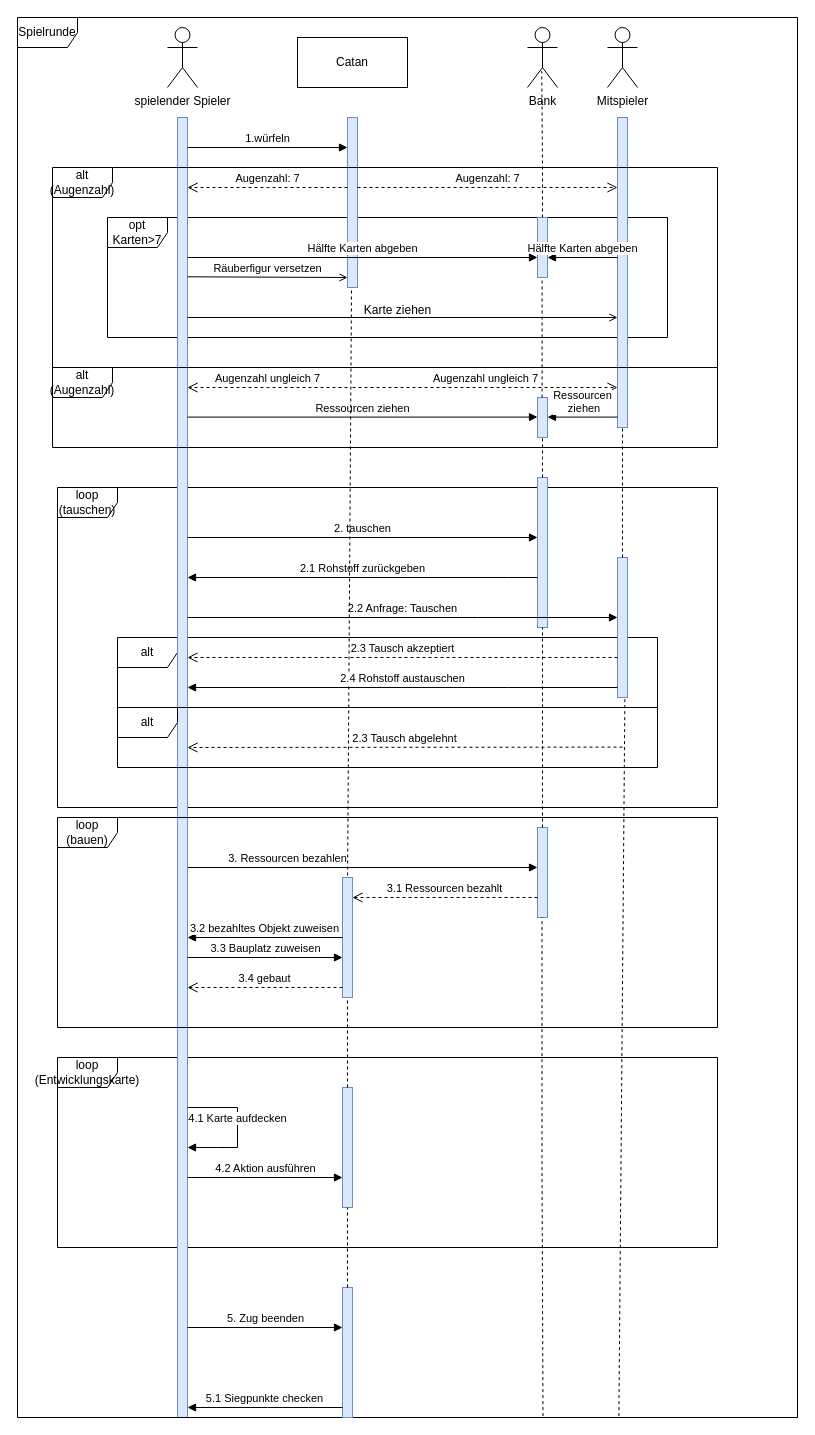
Above: content/SEQUENCE_DIAGRAM.drawio in picooo0001/die_siedler_von_catan (draw.io), before the change. Source tidied: cells renumbered, new cells numbered last; positions are measured from the earlier drawing's top-left corner, leaving out a move shared by most shapes. Both pictures are drawn from the tidied source at 100%, with x=0, y=0 at pixel (17, 17).
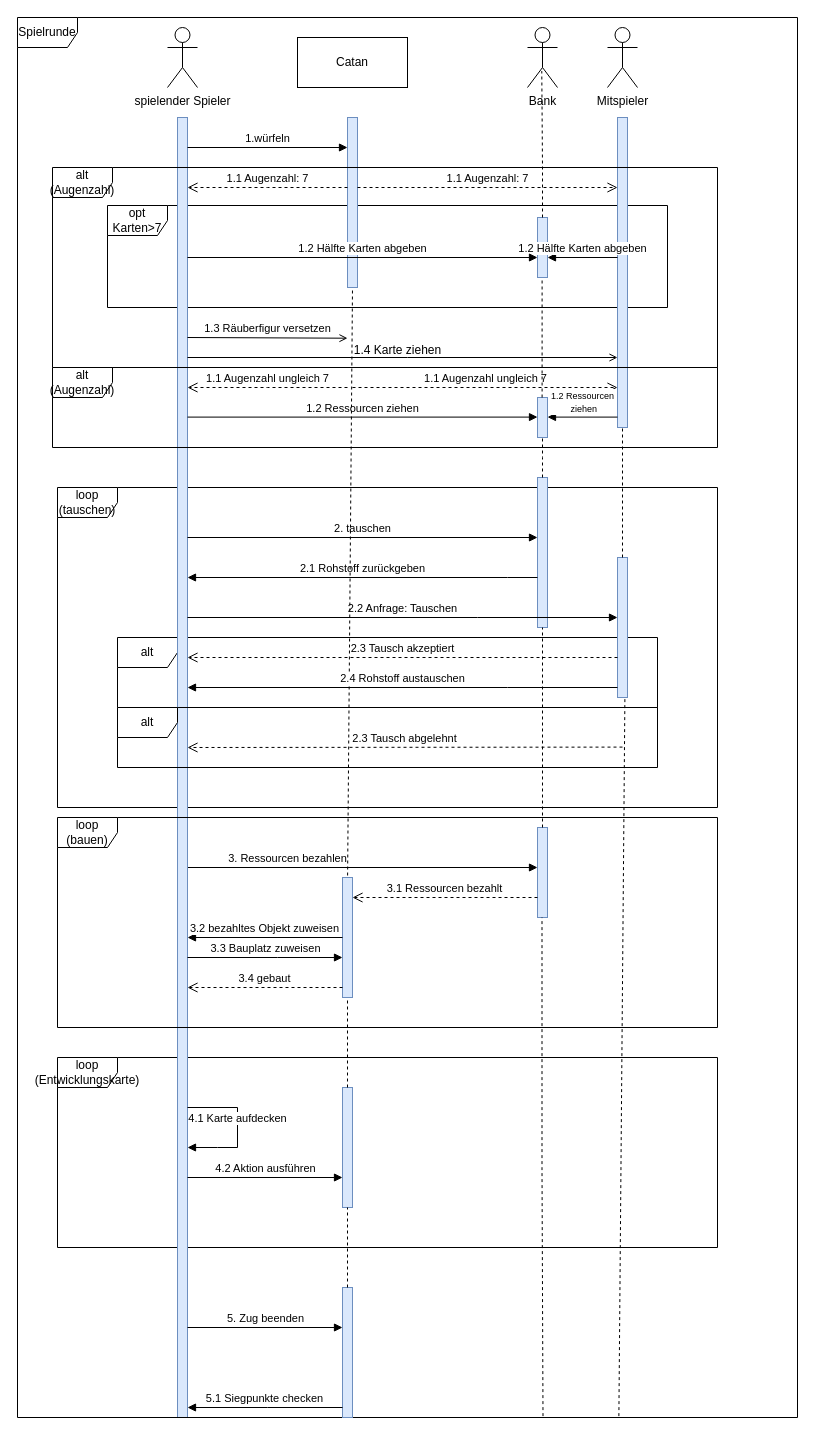
The same page after the edit.

The change refers to these unchanged cells:
```xml
<mxCell id="7" style="html=1;points=[[0,0,0,0,5],[0,1,0,0,-5],[1,0,0,0,5],[1,1,0,0,-5]];perimeter=orthogonalPerimeter;outlineConnect=0;targetShapes=umlLifeline;portConstraint=eastwest;newEdgeStyle={&quot;curved&quot;:0,&quot;rounded&quot;:0};fillColor=#dae8fc;strokeColor=#6c8ebf;" parent="1" vertex="1">
  <mxGeometry x="520" y="200" width="10" height="60" as="geometry" />
</mxCell>
<mxCell id="13" style="html=1;points=[[0,0,0,0,5],[0,1,0,0,-5],[1,0,0,0,5],[1,1,0,0,-5]];perimeter=orthogonalPerimeter;outlineConnect=0;targetShapes=umlLifeline;portConstraint=eastwest;newEdgeStyle={&quot;curved&quot;:0,&quot;rounded&quot;:0};fillColor=#dae8fc;strokeColor=#6c8ebf;" parent="1" vertex="1">
  <mxGeometry x="160" y="100" width="10" height="1300" as="geometry" />
</mxCell>
<mxCell id="17" style="html=1;points=[[0,0,0,0,5],[0,1,0,0,-5],[1,0,0,0,5],[1,1,0,0,-5]];perimeter=orthogonalPerimeter;outlineConnect=0;targetShapes=umlLifeline;portConstraint=eastwest;newEdgeStyle={&quot;curved&quot;:0,&quot;rounded&quot;:0};fillColor=#dae8fc;strokeColor=#6c8ebf;" parent="1" vertex="1">
  <mxGeometry x="330" y="100" width="10" height="170" as="geometry" />
</mxCell>
<mxCell id="26" style="html=1;points=[[0,0,0,0,5],[0,1,0,0,-5],[1,0,0,0,5],[1,1,0,0,-5]];perimeter=orthogonalPerimeter;outlineConnect=0;targetShapes=umlLifeline;portConstraint=eastwest;newEdgeStyle={&quot;curved&quot;:0,&quot;rounded&quot;:0};fillColor=#dae8fc;strokeColor=#6c8ebf;" parent="1" vertex="1">
  <mxGeometry x="600" y="100" width="10" height="310" as="geometry" />
</mxCell>
```

Diff of the diagram source:
```diff
@@
     <mxCell id="6" value="opt&lt;br&gt;Karten&amp;gt;7" style="shape=umlFrame;whiteSpace=wrap;html=1;" parent="1" vertex="1">
-      <mxGeometry x="90" y="200" width="560" height="120" as="geometry" />
+      <mxGeometry x="90" y="188" width="560" height="102" as="geometry" />
     </mxCell>
@@
-    <mxCell id="25" value="Augenzahl: 7" style="html=1;verticalAlign=bottom;endArrow=open;dashed=1;endSize=8;curved=0;rounded=0;" parent="1" edge="1" source="17" target="13">
+    <mxCell id="25" value="1.1 Augenzahl: 7" style="html=1;verticalAlign=bottom;endArrow=open;dashed=1;endSize=8;curved=0;rounded=0;" parent="1" edge="1" source="17" target="13">
       <mxGeometry relative="1" as="geometry">
         <Array as="points">
           <mxPoint x="250" y="170" />
         </Array>
       </mxGeometry>
     </mxCell>
@@
-    <mxCell id="27" value="Hälfte Karten abgeben" style="html=1;verticalAlign=bottom;endArrow=block;curved=0;rounded=0;" parent="1" edge="1" target="7">
+    <mxCell id="27" value="1.2 Hälfte Karten abgeben" style="html=1;verticalAlign=bottom;endArrow=block;curved=0;rounded=0;" parent="1" edge="1" target="7">
       <mxGeometry relative="1" as="geometry">
         <mxPoint x="600" y="240" as="sourcePoint" />
       </mxGeometry>
     </mxCell>
-    <mxCell id="28" value="Augenzahl: 7" style="html=1;verticalAlign=bottom;endArrow=open;dashed=1;endSize=8;curved=0;rounded=0;" parent="1" edge="1" source="17" target="26">
+    <mxCell id="28" value="1.1 Augenzahl: 7" style="html=1;verticalAlign=bottom;endArrow=open;dashed=1;endSize=8;curved=0;rounded=0;" parent="1" edge="1" source="17" target="26">
       <mxGeometry relative="1" as="geometry">
         <Array as="points">
           <mxPoint x="470" y="170" />
         </Array>
       </mxGeometry>
     </mxCell>
-    <mxCell id="29" value="Hälfte Karten abgeben" style="html=1;verticalAlign=bottom;endArrow=block;curved=0;rounded=0;" parent="1" edge="1">
+    <mxCell id="29" value="1.2 Hälfte Karten abgeben" style="html=1;verticalAlign=bottom;endArrow=block;curved=0;rounded=0;" parent="1" edge="1">
       <mxGeometry relative="1" as="geometry">
         <mxPoint x="170" y="240" as="sourcePoint" />
         <mxPoint x="520" y="240" as="targetPoint" />
       </mxGeometry>
     </mxCell>
-    <mxCell id="30" value="Räuberfigur versetzen" style="html=1;verticalAlign=bottom;endArrow=open;curved=0;rounded=0;endFill=0;" parent="1" edge="1">
+    <mxCell id="30" value="1.3 Räuberfigur versetzen" style="html=1;verticalAlign=bottom;endArrow=open;curved=0;rounded=0;endFill=0;" parent="1" edge="1">
       <mxGeometry relative="1" as="geometry">
-        <mxPoint x="170" y="259.3" as="sourcePoint" />
-        <mxPoint x="330" y="260" as="targetPoint" />
+        <mxPoint x="170" y="320" as="sourcePoint" />
+        <mxPoint x="330" y="320.7" as="targetPoint" />
       </mxGeometry>
     </mxCell>
-    <mxCell id="31" style="endArrow=open;html=1;rounded=0;endFill=0;" parent="1" edge="1" source="13" target="26">
+    <mxCell id="31" style="endArrow=open;html=1;rounded=0;endFill=0;" parent="1" edge="1">
       <mxGeometry relative="1" as="geometry">
+        <mxPoint x="170" y="340" as="sourcePoint" />
+        <mxPoint x="600" y="340" as="targetPoint" />
         <Array as="points">
-          <mxPoint x="390" y="300" />
+          <mxPoint x="390" y="340" />
         </Array>
       </mxGeometry>
     </mxCell>
-    <mxCell id="32" value="Karte ziehen" style="text;html=1;align=center;verticalAlign=middle;points=[];strokeColor=none;fillColor=none;" parent="1" vertex="1">
-      <mxGeometry x="335" y="278" width="90" height="30" as="geometry" />
-    </mxCell>
-    <mxCell id="33" value="Augenzahl ungleich 7" style="html=1;verticalAlign=bottom;endArrow=open;dashed=1;endSize=8;curved=0;rounded=0;" parent="1" edge="1">
+    <mxCell id="33" value="1.1 Augenzahl ungleich 7" style="html=1;verticalAlign=bottom;endArrow=open;dashed=1;endSize=8;curved=0;rounded=0;" parent="1" edge="1">
       <mxGeometry relative="1" as="geometry">
         <mxPoint x="330" y="370" as="sourcePoint" />
         <mxPoint x="170" y="370" as="targetPoint" />
         <Array as="points">
           <mxPoint x="250" y="370" />
         </Array>
       </mxGeometry>
     </mxCell>
-    <mxCell id="34" value="Augenzahl ungleich 7" style="html=1;verticalAlign=bottom;endArrow=open;dashed=1;endSize=8;curved=0;rounded=0;entryX=0;entryY=0.871;entryDx=0;entryDy=0;entryPerimeter=0;" parent="1" edge="1" target="26">
+    <mxCell id="34" value="1.1 Augenzahl ungleich 7" style="html=1;verticalAlign=bottom;endArrow=open;dashed=1;endSize=8;curved=0;rounded=0;entryX=0;entryY=0.871;entryDx=0;entryDy=0;entryPerimeter=0;" parent="1" edge="1" target="26">
       <mxGeometry relative="1" as="geometry">
         <mxPoint x="335" y="370" as="sourcePoint" />
         <Array as="points">
           <mxPoint x="455" y="370" />
         </Array>
       </mxGeometry>
     </mxCell>
-    <mxCell id="35" value="Ressourcen ziehen" style="html=1;verticalAlign=bottom;endArrow=block;curved=0;rounded=0;" parent="1" edge="1">
+    <mxCell id="35" value="1.2 Ressourcen ziehen" style="html=1;verticalAlign=bottom;endArrow=block;curved=0;rounded=0;" parent="1" edge="1">
       <mxGeometry relative="1" as="geometry">
         <mxPoint x="170" y="399.6" as="sourcePoint" />
         <mxPoint x="520" y="399.6" as="targetPoint" />
       </mxGeometry>
     </mxCell>
-    <mxCell id="36" value="Ressourcen&lt;br&gt;&amp;nbsp;ziehen" style="html=1;verticalAlign=bottom;endArrow=block;curved=0;rounded=0;" parent="1" edge="1">
+    <mxCell id="36" value="&lt;font style=&quot;font-size: 9px;&quot;&gt;1.2 Ressourcen&lt;br&gt;&amp;nbsp;ziehen&lt;/font&gt;" style="html=1;verticalAlign=bottom;endArrow=block;curved=0;rounded=0;" parent="1" edge="1">
       <mxGeometry relative="1" as="geometry">
         <mxPoint x="600" y="399.6" as="sourcePoint" />
         <mxPoint x="530" y="399.6" as="targetPoint" />
       </mxGeometry>
     </mxCell>
@@
-    <mxCell id="39" style="endArrow=none;dashed=1;html=1;rounded=0;entryX=-0.011;entryY=-0.227;entryDx=0;entryDy=0;entryPerimeter=0;" parent="1" edge="1" target="32">
+    <mxCell id="39" style="endArrow=none;dashed=1;html=1;rounded=0;" parent="1" edge="1">
       <mxGeometry relative="1" as="geometry">
         <mxPoint x="330" y="870" as="sourcePoint" />
+        <mxPoint x="335" y="270" as="targetPoint" />
       </mxGeometry>
     </mxCell>
@@
+    <mxCell id="63" value="1.4 Karte ziehen" style="text;html=1;align=center;verticalAlign=middle;strokeColor=none;fillColor=none;" parent="1" vertex="1">
+      <mxGeometry x="325" y="318" width="110" height="30" as="geometry" />
+    </mxCell>
```
